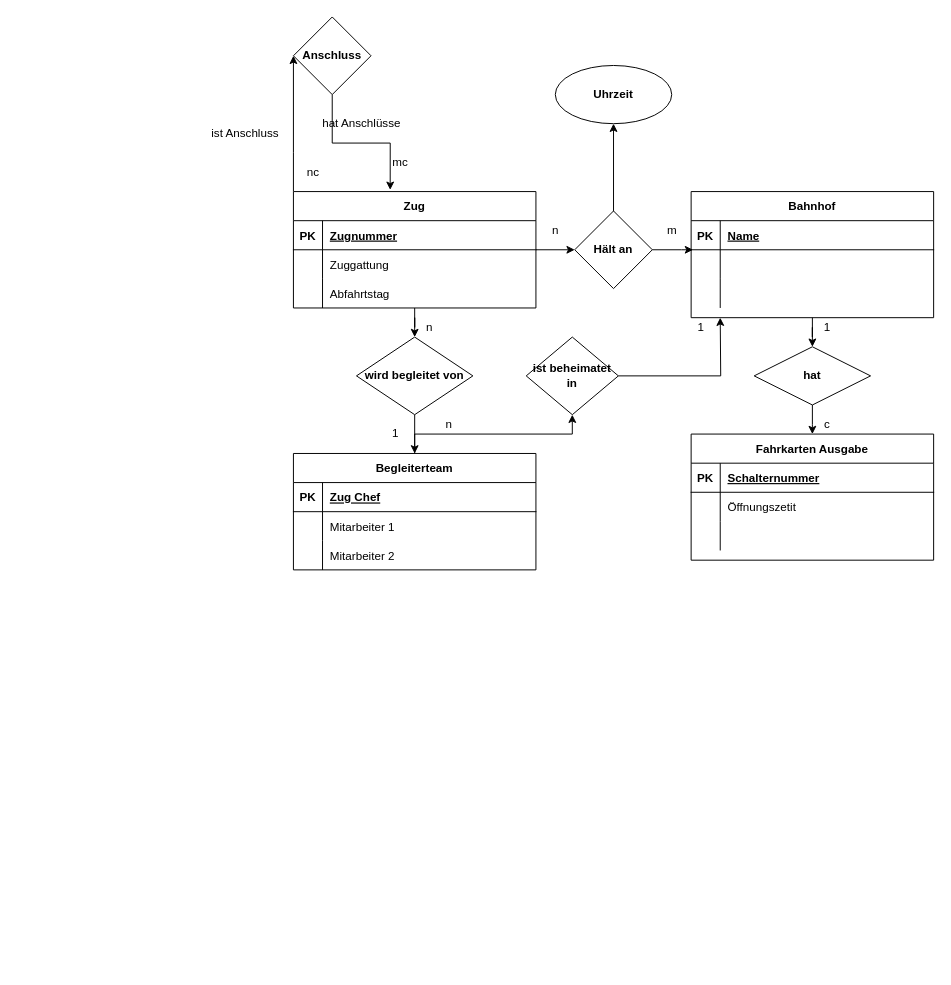
Above: Untitled Diagram.drawio in LaurinTrp/Studium (draw.io), before the change. Source tidied: cells renumbered, new cells numbered last; positions are measured from the earlier drawing's top-left corner, leaving out a move shared by most shapes. Both pictures are drawn from the tidied source at 97%, with x=0, y=0 at pixel (201, 16).
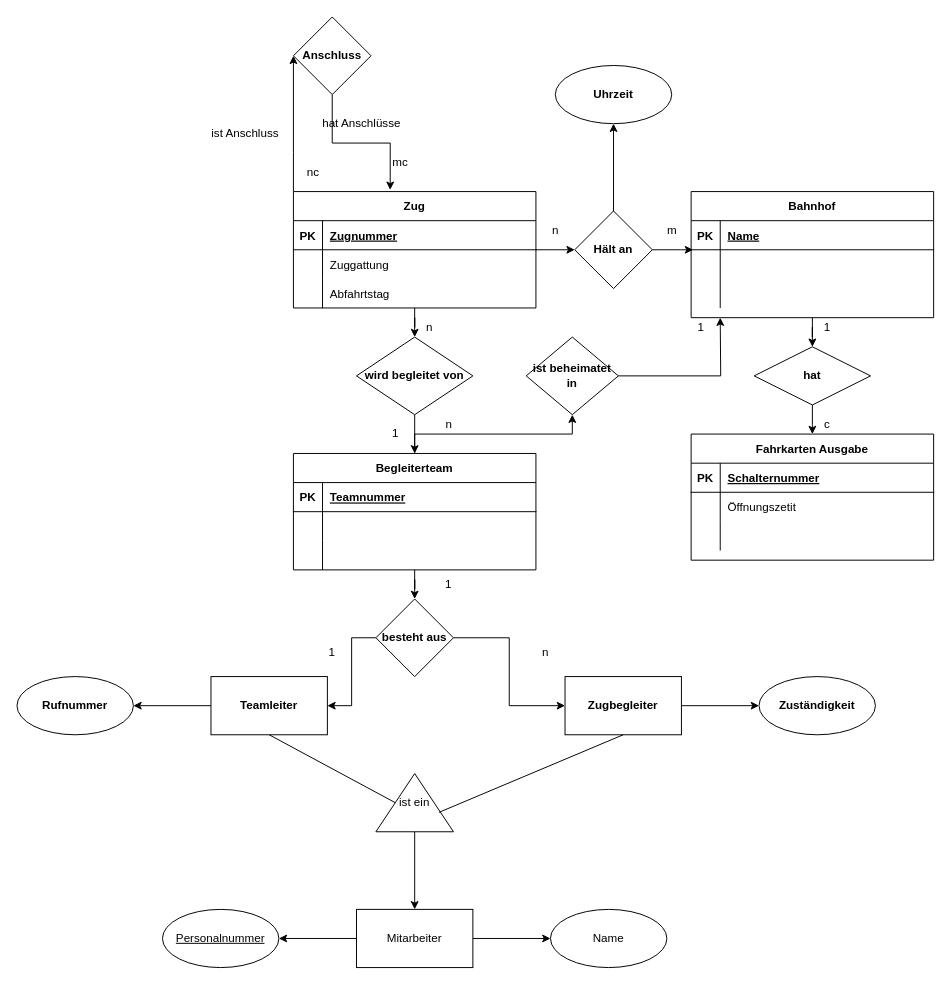
Above is the later version.

Unchanged cells that the change refers to:
```xml
<mxCell id="43" value="Begleiterteam" style="shape=table;startSize=30;childLayout=tableLayout;rowLines=0;fontStyle=1;align=center;" parent="1" vertex="1">
  <mxGeometry x="95" y="450" width="250" height="120" as="geometry" />
</mxCell>
<mxCell id="44" style="shape=partialRectangle;fillColor=none;top=0;left=0;right=0;bottom=1;" parent="43" vertex="1">
  <mxGeometry y="30" width="250" height="30" as="geometry" />
</mxCell>
<mxCell id="47" style="shape=partialRectangle;fillColor=none;top=0;left=0;right=0;bottom=0;" parent="43" vertex="1">
  <mxGeometry y="60" width="250" height="30" as="geometry" />
</mxCell>
<mxCell id="50" style="shape=partialRectangle;fillColor=none;top=0;left=0;right=0;bottom=0;" parent="43" vertex="1">
  <mxGeometry y="90" width="250" height="30" as="geometry" />
</mxCell>
```

The edit, as a diff of the source:
```diff
@@
+    <mxCell id="71" style="edgeStyle=orthogonalEdgeStyle;rounded=0;jettySize=auto;html=1;" parent="1" edge="1" source="43" target="74">
+      <mxGeometry relative="1" as="geometry" />
+    </mxCell>
@@
-    <mxCell id="46" value="Zug Chef" style="shape=partialRectangle;overflow=hidden;fillColor=none;top=0;left=0;bottom=0;right=0;align=left;spacingLeft=6;fontStyle=5;" parent="44" vertex="1">
+    <mxCell id="46" value="Teamnummer" style="shape=partialRectangle;overflow=hidden;fillColor=none;top=0;left=0;bottom=0;right=0;align=left;spacingLeft=6;fontStyle=5;" parent="44" vertex="1">
       <mxGeometry x="30" width="220" height="30" as="geometry" />
     </mxCell>
@@
-    <mxCell id="49" value="Mitarbeiter 1" style="shape=partialRectangle;overflow=hidden;fillColor=none;top=0;left=0;bottom=0;right=0;align=left;spacingLeft=6;" parent="47" vertex="1">
+    <mxCell id="49" style="shape=partialRectangle;overflow=hidden;fillColor=none;top=0;left=0;bottom=0;right=0;align=left;spacingLeft=6;" parent="47" vertex="1">
       <mxGeometry x="30" width="220" height="30" as="geometry" />
     </mxCell>
@@
-    <mxCell id="52" value="Mitarbeiter 2" style="shape=partialRectangle;overflow=hidden;fillColor=none;top=0;left=0;bottom=0;right=0;align=left;spacingLeft=6;" parent="50" vertex="1">
+    <mxCell id="52" style="shape=partialRectangle;overflow=hidden;fillColor=none;top=0;left=0;bottom=0;right=0;align=left;spacingLeft=6;" parent="50" vertex="1">
       <mxGeometry x="30" width="220" height="30" as="geometry" />
     </mxCell>
@@
+    <mxCell id="72" style="edgeStyle=orthogonalEdgeStyle;rounded=0;jettySize=auto;html=1;" parent="1" edge="1" source="74" target="76">
+      <mxGeometry relative="1" as="geometry" />
+    </mxCell>
+    <mxCell id="73" style="edgeStyle=orthogonalEdgeStyle;rounded=0;jettySize=auto;html=1;" parent="1" edge="1" source="74" target="78">
+      <mxGeometry relative="1" as="geometry" />
+    </mxCell>
+    <mxCell id="74" value="besteht aus" style="rhombus;whiteSpace=wrap;html=1;startSize=30;fontStyle=1;" parent="1" vertex="1">
+      <mxGeometry x="180" y="600" width="80" height="80" as="geometry" />
+    </mxCell>
+    <mxCell id="75" style="edgeStyle=orthogonalEdgeStyle;rounded=0;jettySize=auto;html=1;" parent="1" edge="1" source="76" target="80">
+      <mxGeometry relative="1" as="geometry" />
+    </mxCell>
+    <mxCell id="76" value="Zugbegleiter" style="whiteSpace=wrap;html=1;startSize=30;fontStyle=1;" parent="1" vertex="1">
+      <mxGeometry x="375" y="680" width="120" height="60" as="geometry" />
+    </mxCell>
+    <mxCell id="77" style="edgeStyle=orthogonalEdgeStyle;rounded=0;jettySize=auto;html=1;" parent="1" edge="1" source="78" target="79">
+      <mxGeometry relative="1" as="geometry" />
+    </mxCell>
+    <mxCell id="78" value="Teamleiter" style="whiteSpace=wrap;html=1;startSize=30;fontStyle=1;" parent="1" vertex="1">
+      <mxGeometry x="10" y="680" width="120" height="60" as="geometry" />
+    </mxCell>
+    <mxCell id="79" value="Rufnummer" style="ellipse;whiteSpace=wrap;html=1;startSize=30;fontStyle=1;" parent="1" vertex="1">
+      <mxGeometry x="-190" y="680" width="120" height="60" as="geometry" />
+    </mxCell>
+    <mxCell id="80" value="Zuständigkeit" style="ellipse;whiteSpace=wrap;html=1;startSize=30;fontStyle=1;" parent="1" vertex="1">
+      <mxGeometry x="575" y="680" width="120" height="60" as="geometry" />
+    </mxCell>
+    <mxCell id="81" style="edgeStyle=orthogonalEdgeStyle;rounded=0;jettySize=auto;html=1;" parent="1" edge="1" source="82" target="87">
+      <mxGeometry relative="1" as="geometry" />
+    </mxCell>
+    <mxCell id="82" value="ist ein" style="triangle;whiteSpace=wrap;html=1;direction=north;" parent="1" vertex="1">
+      <mxGeometry x="180" y="780" width="80" height="60" as="geometry" />
+    </mxCell>
+    <mxCell id="83" style="endArrow=none;html=1;rounded=0;entryX=0.5;entryY=1;entryDx=0;entryDy=0;" parent="1" edge="1" target="76">
+      <mxGeometry relative="1" as="geometry">
+        <mxPoint x="245" y="820" as="sourcePoint" />
+      </mxGeometry>
+    </mxCell>
+    <mxCell id="84" style="endArrow=none;html=1;rounded=0;entryX=0.5;entryY=1;entryDx=0;entryDy=0;exitX=0.5;exitY=0;exitDx=0;exitDy=0;" parent="1" edge="1" source="82" target="78">
+      <mxGeometry relative="1" as="geometry" />
+    </mxCell>
+    <mxCell id="85" style="edgeStyle=orthogonalEdgeStyle;rounded=0;jettySize=auto;html=1;" parent="1" edge="1" source="87" target="88">
+      <mxGeometry relative="1" as="geometry" />
+    </mxCell>
+    <mxCell id="86" style="edgeStyle=orthogonalEdgeStyle;rounded=0;jettySize=auto;html=1;" parent="1" edge="1" source="87" target="89">
+      <mxGeometry relative="1" as="geometry" />
+    </mxCell>
+    <mxCell id="87" value="Mitarbeiter" style="whiteSpace=wrap;html=1;" parent="1" vertex="1">
+      <mxGeometry x="160" y="920" width="120" height="60" as="geometry" />
+    </mxCell>
+    <mxCell id="88" value="Name" style="ellipse;whiteSpace=wrap;html=1;" parent="1" vertex="1">
+      <mxGeometry x="360" y="920" width="120" height="60" as="geometry" />
+    </mxCell>
+    <mxCell id="89" value="&lt;u&gt;Personalnummer&lt;/u&gt;" style="ellipse;whiteSpace=wrap;html=1;" parent="1" vertex="1">
+      <mxGeometry x="-40" y="920" width="120" height="60" as="geometry" />
+    </mxCell>
+    <mxCell id="90" value="1" style="text;html=1;strokeColor=none;fillColor=none;align=center;verticalAlign=middle;whiteSpace=wrap;rounded=0;" parent="1" vertex="1">
+      <mxGeometry x="105" y="640" width="60" height="30" as="geometry" />
+    </mxCell>
+    <mxCell id="91" value="n" style="text;html=1;strokeColor=none;fillColor=none;align=center;verticalAlign=middle;whiteSpace=wrap;rounded=0;" parent="1" vertex="1">
+      <mxGeometry x="325" y="640" width="60" height="30" as="geometry" />
+    </mxCell>
+    <mxCell id="92" value="1" style="text;html=1;strokeColor=none;fillColor=none;align=center;verticalAlign=middle;whiteSpace=wrap;rounded=0;" parent="1" vertex="1">
+      <mxGeometry x="225" y="570" width="60" height="30" as="geometry" />
+    </mxCell>
```
